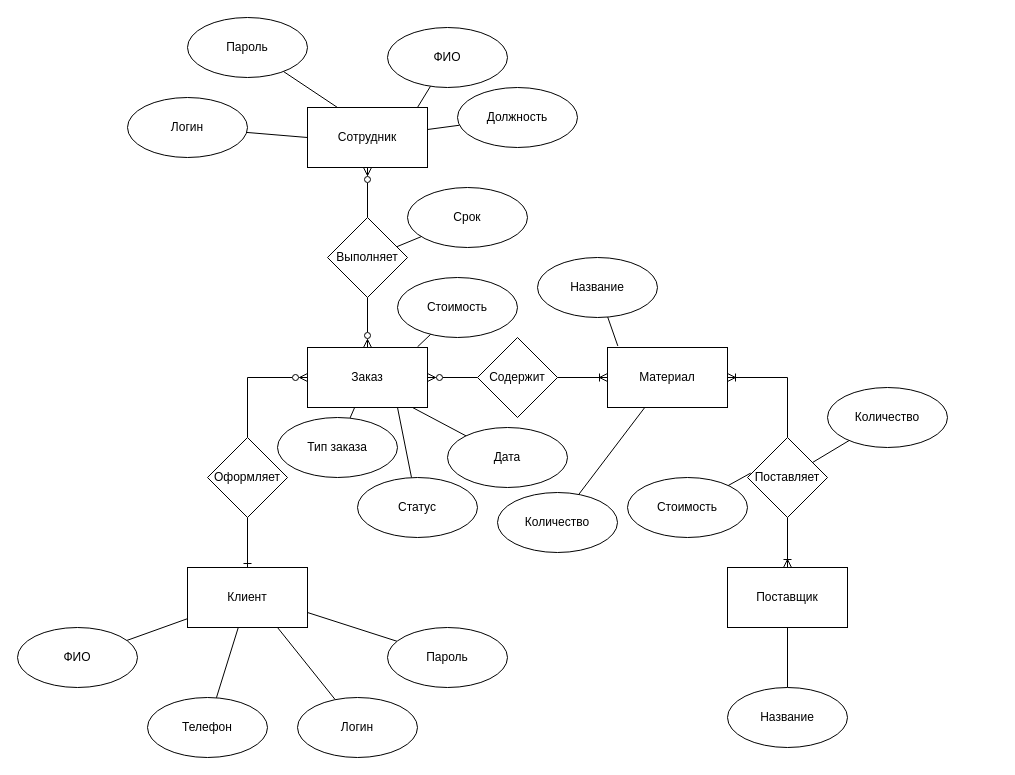
Earlier version of the draw.io diagram Chen-Notation.drawio (Denka88/Practice). Source tidied: cells renumbered, new cells numbered last; positions are measured from the earlier drawing's top-left corner, leaving out a move shared by most shapes. Both pictures are drawn from the tidied source at 100%, with x=0, y=0 at pixel (17, 17).
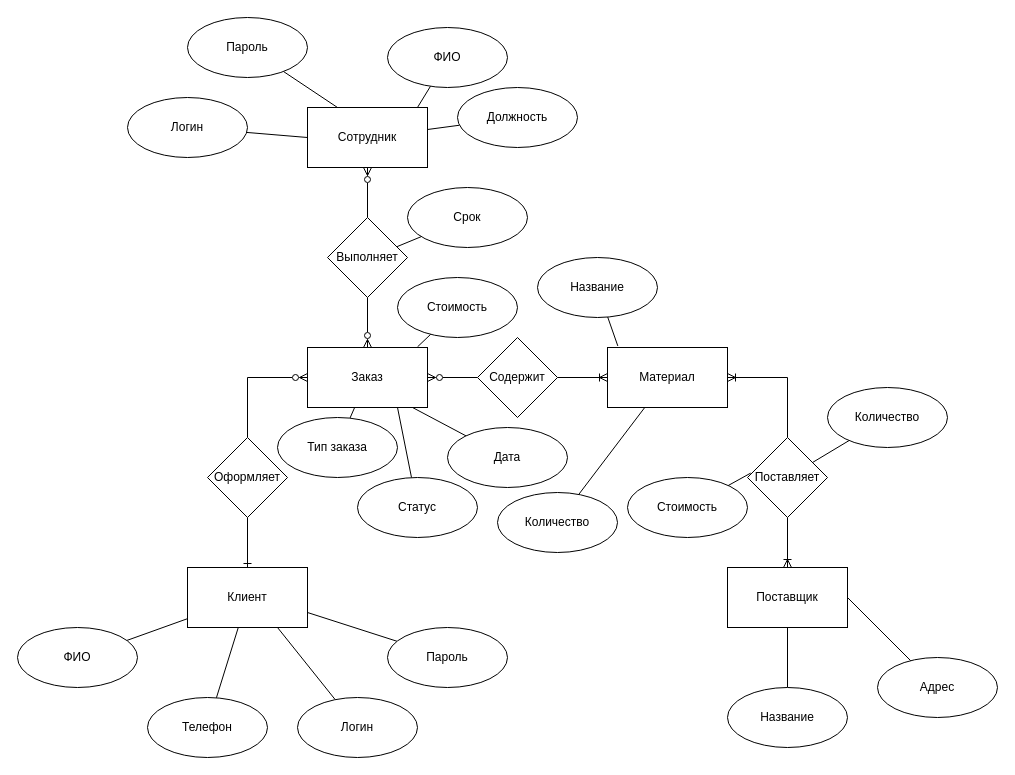
The same page after the edit.

Unchanged cells that the change refers to:
```xml
<mxCell id="5" value="Поставщик" style="rounded=0;whiteSpace=wrap;html=1;" parent="1" vertex="1">
  <mxGeometry x="710" y="550" width="120" height="60" as="geometry" />
</mxCell>
```

Change to the diagram source:
```diff
@@
+    <mxCell id="55" value="Адрес" style="ellipse;whiteSpace=wrap;html=1;" parent="1" vertex="1">
+      <mxGeometry x="860" y="640" width="120" height="60" as="geometry" />
+    </mxCell>
+    <mxCell id="56" style="rounded=0;jettySize=auto;html=1;entryX=1;entryY=0.5;entryDx=0;entryDy=0;entryPerimeter=0;endArrow=none;endFill=0;" parent="1" edge="1" source="55" target="5">
+      <mxGeometry relative="1" as="geometry" />
+    </mxCell>
```
